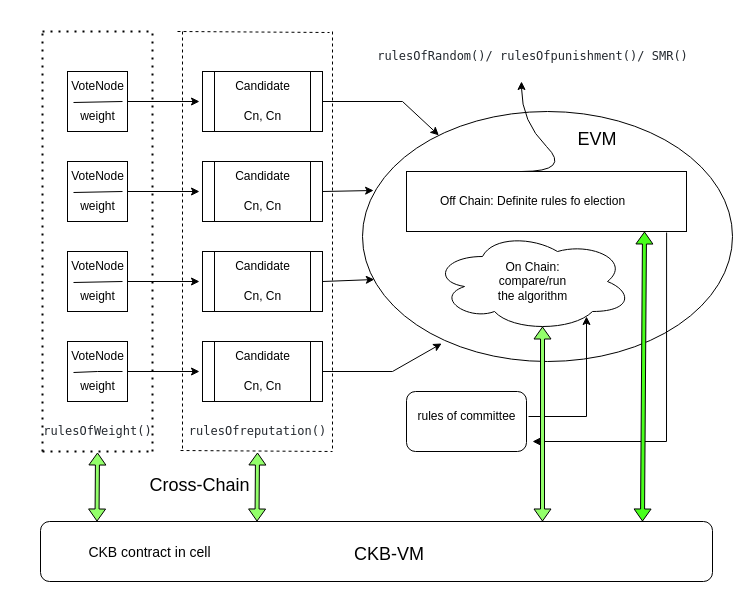
Above: election.drawio in hongda3141/learngit (draw.io), before the change. Source tidied: cells renumbered, new cells numbered last; positions are measured from the earlier drawing's top-left corner, leaving out a move shared by most shapes. Both pictures are drawn from the tidied source at 100%, with x=0, y=0 at pixel (17, 26).
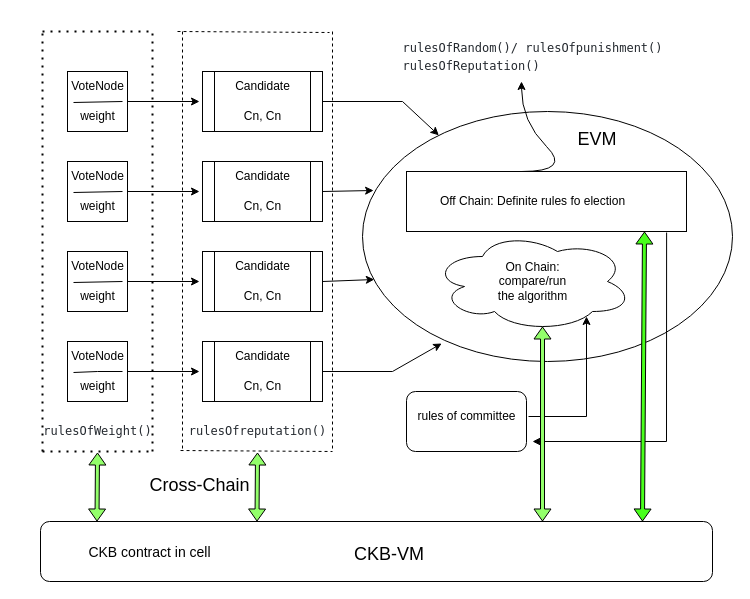
The same diagram, later.

What changed in the source:
```diff
@@
-    <mxCell id="54" value="&lt;pre style=&quot;box-sizing: border-box; font-family: ui-monospace, SFMono-Regular, &amp;quot;SF Mono&amp;quot;, Menlo, Consolas, &amp;quot;Liberation Mono&amp;quot;, monospace; margin-top: 0px; margin-bottom: 0px; overflow-wrap: normal; padding: 16px; overflow: auto; line-height: 1.45; background-color: var(--color-canvas-subtle); border-radius: 6px; word-break: normal; color: rgb(36, 41, 47); text-align: start;&quot; class=&quot;notranslate&quot;&gt;&lt;span style=&quot;box-sizing: border-box; color: var(--color-prettylights-syntax-keyword);&quot; class=&quot;pl-k&quot;&gt;rulesOfRandom()/&lt;/span&gt; rulesOfpunishment()/ SMR()&lt;/pre&gt;" style="text;html=1;align=center;verticalAlign=middle;fillColor=none;strokeColor=none;rounded=0;" parent="1" vertex="1">
-      <mxGeometry x="330" width="370" height="60" as="geometry" />
+    <mxCell id="54" value="&lt;pre style=&quot;box-sizing: border-box; font-family: ui-monospace, SFMono-Regular, &amp;quot;SF Mono&amp;quot;, Menlo, Consolas, &amp;quot;Liberation Mono&amp;quot;, monospace; margin-top: 0px; margin-bottom: 0px; overflow-wrap: normal; padding: 16px; overflow: auto; line-height: 1.45; background-color: var(--color-canvas-subtle); border-radius: 6px; word-break: normal; color: rgb(36, 41, 47); text-align: start;&quot; class=&quot;notranslate&quot;&gt;&lt;span style=&quot;box-sizing: border-box; color: var(--color-prettylights-syntax-keyword);&quot; class=&quot;pl-k&quot;&gt;rulesOfRandom()/&lt;/span&gt; rulesOfpunishment()&lt;br/&gt;rulesOfReputation()&lt;/pre&gt;" style="text;html=1;align=center;verticalAlign=middle;fillColor=none;strokeColor=none;rounded=0;" parent="1" vertex="1">
+      <mxGeometry x="360" y="-9" width="310" height="79" as="geometry" />
     </mxCell>
```
